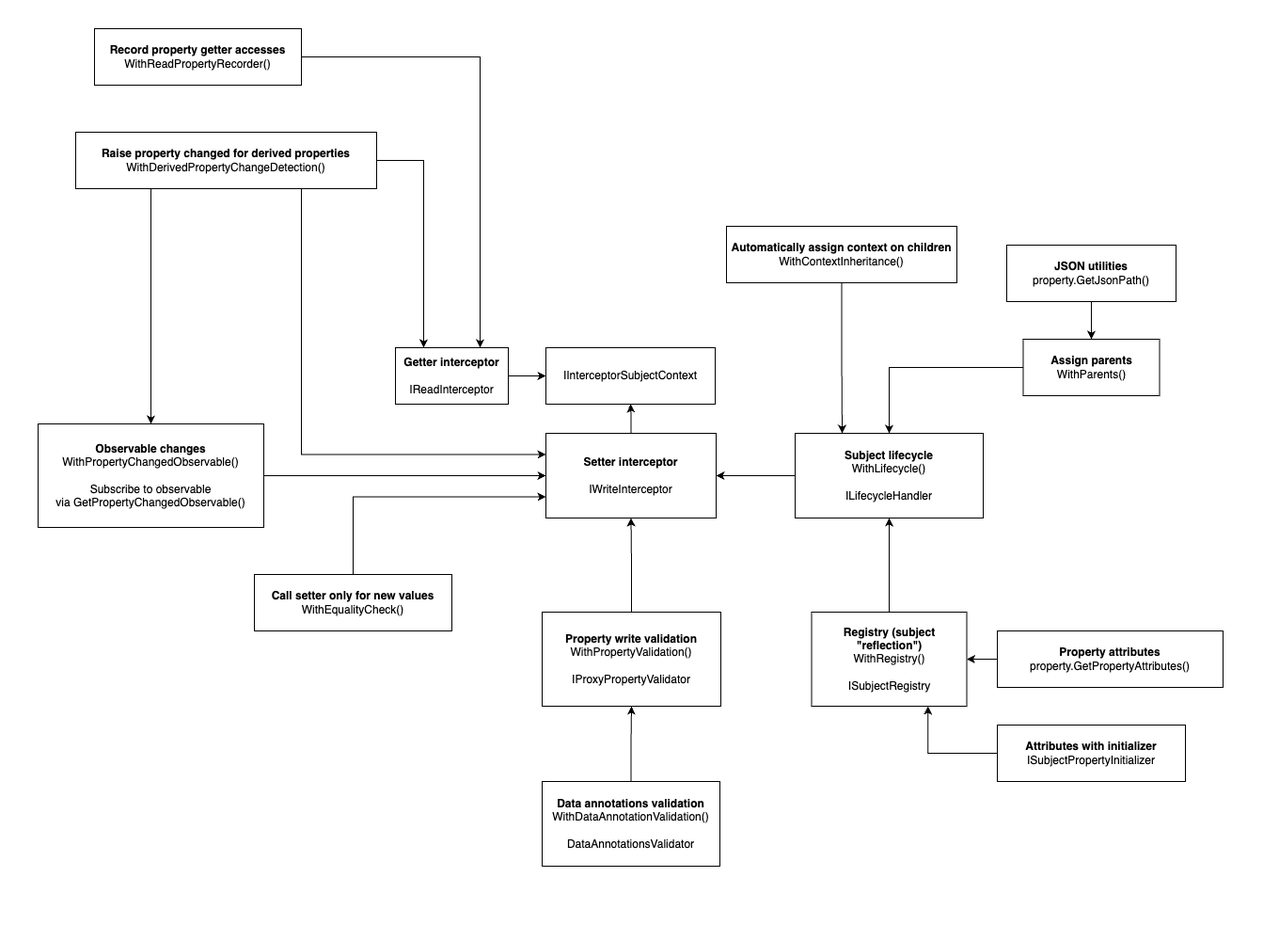
Before: features.png, a diagram exported from draw.io (RicoSuter/Namotion.Interceptor). Source tidied: cells renumbered, new cells last; positions are measured from the earlier drawing's top-left corner, leaving out a move shared by most shapes.
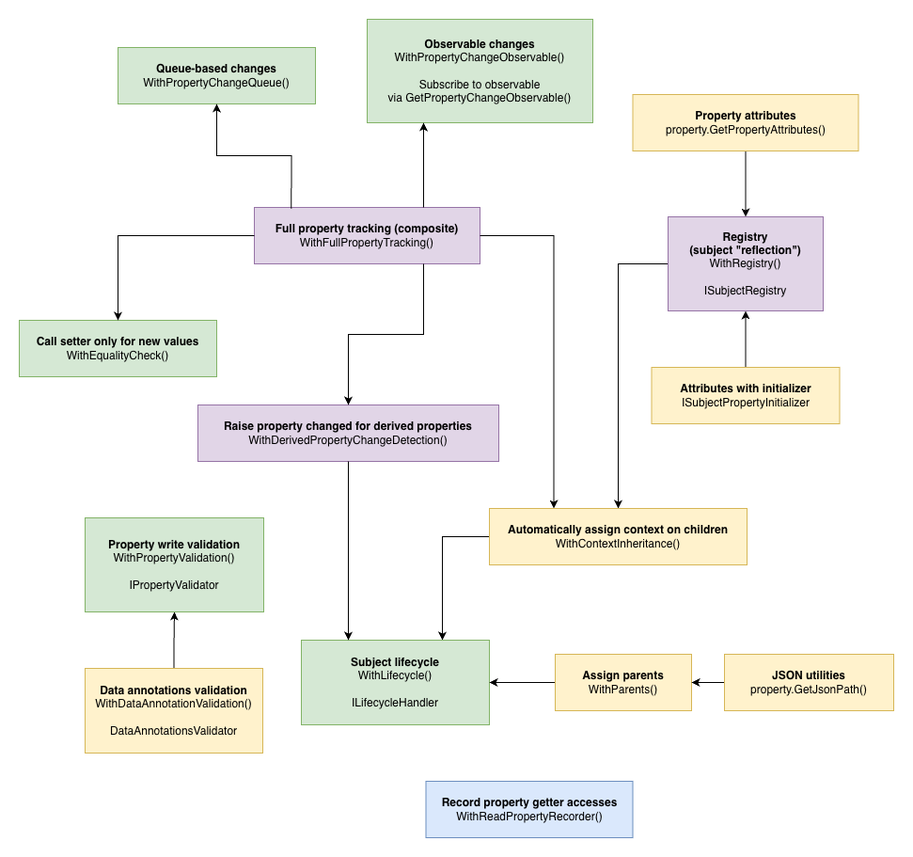
After the change.

Diff of the diagram source:
```diff
@@ -2,115 +2,99 @@
   <root>
     <mxCell id="0" />
     <mxCell id="1" parent="0" />
-    <mxCell id="2" style="edgeStyle=orthogonalEdgeStyle;rounded=0;jettySize=auto;html=1;entryX=0.5;entryY=1;entryDx=0;entryDy=0;" parent="1" edge="1" source="3" target="4">
-      <mxGeometry relative="1" as="geometry" />
-    </mxCell>
-    <mxCell id="3" value="&lt;div&gt;&lt;b&gt;Setter interceptor&lt;/b&gt;&lt;/div&gt;&lt;div&gt;&lt;br&gt;&lt;/div&gt;IWriteInterceptor" style="rounded=0;whiteSpace=wrap;html=1;" parent="1" vertex="1">
-      <mxGeometry x="580" y="460" width="181" height="90" as="geometry" />
-    </mxCell>
-    <mxCell id="4" value="IInterceptorSubjectContext" style="rounded=0;whiteSpace=wrap;html=1;" parent="1" vertex="1">
-      <mxGeometry x="580" y="369" width="180" height="60" as="geometry" />
-    </mxCell>
+    <mxCell id="7" style="edgeStyle=orthogonalEdgeStyle;rounded=0;jettySize=auto;html=1;entryX=0.5;entryY=1;entryDx=0;entryDy=0;" parent="1" edge="1" source="8" target="5">
+      <mxGeometry relative="1" as="geometry" />
+    </mxCell>
-    <mxCell id="5" value="&lt;div&gt;&lt;b&gt;Property write validation&lt;/b&gt;&lt;/div&gt;&lt;div&gt;WithPropertyValidation()&lt;/div&gt;&lt;div&gt;&lt;br&gt;&lt;/div&gt;IProxyPropertyValidator" style="rounded=0;whiteSpace=wrap;html=1;" parent="1" vertex="1">
-      <mxGeometry x="576" y="650" width="190" height="100" as="geometry" />
+    <mxCell id="5" value="&lt;div&gt;&lt;b&gt;Property write validation&lt;/b&gt;&lt;/div&gt;&lt;div&gt;WithPropertyValidation()&lt;/div&gt;&lt;div&gt;&lt;br&gt;&lt;/div&gt;IPropertyValidator" style="rounded=0;whiteSpace=wrap;html=1;fillColor=#d5e8d4;strokeColor=#82b366;" parent="1" vertex="1">
+      <mxGeometry x="340" y="240" width="190" height="100" as="geometry" />
     </mxCell>
-    <mxCell id="6" style="edgeStyle=orthogonalEdgeStyle;rounded=0;jettySize=auto;html=1;entryX=0.5;entryY=1;entryDx=0;entryDy=0;" parent="1" edge="1" source="5" target="3">
-      <mxGeometry relative="1" as="geometry" />
-    </mxCell>
-    <mxCell id="7" style="edgeStyle=orthogonalEdgeStyle;rounded=0;jettySize=auto;html=1;entryX=0.5;entryY=1;entryDx=0;entryDy=0;" parent="1" edge="1" source="8" target="5">
-      <mxGeometry relative="1" as="geometry" />
-    </mxCell>
-    <mxCell id="8" value="&lt;div&gt;&lt;b&gt;&lt;span style=&quot;background-color: initial;&quot;&gt;Data annotations validation&lt;/span&gt;&lt;/b&gt;&lt;/div&gt;&lt;div&gt;&lt;span style=&quot;background-color: initial;&quot;&gt;WithDataAnnotationValidation()&lt;/span&gt;&lt;br&gt;&lt;/div&gt;&lt;div&gt;&lt;br&gt;&lt;/div&gt;DataAnnotationsValidator" style="rounded=0;whiteSpace=wrap;html=1;" parent="1" vertex="1">
-      <mxGeometry x="576" y="830" width="189" height="90" as="geometry" />
+    <mxCell id="8" value="&lt;div&gt;&lt;b&gt;&lt;span style=&quot;background-color: initial;&quot;&gt;Data annotations validation&lt;/span&gt;&lt;/b&gt;&lt;/div&gt;&lt;div&gt;&lt;span style=&quot;background-color: initial;&quot;&gt;WithDataAnnotationValidation()&lt;/span&gt;&lt;br&gt;&lt;/div&gt;&lt;div&gt;&lt;br&gt;&lt;/div&gt;DataAnnotationsValidator" style="rounded=0;whiteSpace=wrap;html=1;fillColor=#fff2cc;strokeColor=#d6b656;" parent="1" vertex="1">
+      <mxGeometry x="340" y="400" width="189" height="90" as="geometry" />
     </mxCell>
-    <mxCell id="9" style="edgeStyle=orthogonalEdgeStyle;rounded=0;jettySize=auto;html=1;entryX=0.5;entryY=1;entryDx=0;entryDy=0;" parent="1" edge="1" source="10" target="12">
+    <mxCell id="9" style="edgeStyle=orthogonalEdgeStyle;rounded=0;jettySize=auto;html=1;entryX=0.5;entryY=0;entryDx=0;entryDy=0;exitX=0;exitY=0.5;exitDx=0;exitDy=0;" parent="1" edge="1" source="10" target="14">
       <mxGeometry relative="1" as="geometry" />
     </mxCell>
-    <mxCell id="10" value="&lt;b&gt;Registry (subject &quot;reflection&quot;)&lt;/b&gt;&lt;div&gt;WithRegistry()&lt;/div&gt;&lt;div&gt;&lt;br&gt;&lt;div&gt;ISubjectRegistry&lt;br&gt;&lt;/div&gt;&lt;/div&gt;" style="rounded=0;whiteSpace=wrap;html=1;" parent="1" vertex="1">
-      <mxGeometry x="862.5" y="650" width="165" height="100" as="geometry" />
+    <mxCell id="10" value="&lt;b&gt;Registry &lt;br&gt;(subject &quot;reflection&quot;)&lt;/b&gt;&lt;div&gt;WithRegistry()&lt;/div&gt;&lt;div&gt;&lt;br&gt;&lt;div&gt;ISubjectRegistry&lt;br&gt;&lt;/div&gt;&lt;/div&gt;" style="rounded=0;whiteSpace=wrap;html=1;fillColor=#e1d5e7;strokeColor=#9673a6;" parent="1" vertex="1">
+      <mxGeometry x="960" y="-80" width="165" height="100" as="geometry" />
     </mxCell>
-    <mxCell id="11" style="edgeStyle=orthogonalEdgeStyle;rounded=0;jettySize=auto;html=1;entryX=1;entryY=0.5;entryDx=0;entryDy=0;" parent="1" edge="1" source="12" target="3">
-      <mxGeometry relative="1" as="geometry" />
-    </mxCell>
+    <mxCell id="13" style="edgeStyle=orthogonalEdgeStyle;rounded=0;jettySize=auto;html=1;entryX=0.75;entryY=0;entryDx=0;entryDy=0;exitX=0;exitY=0.5;exitDx=0;exitDy=0;" parent="1" edge="1" source="14" target="12">
+      <mxGeometry relative="1" as="geometry">
+        <Array as="points">
+          <mxPoint x="720" y="260" />
+        </Array>
+      </mxGeometry>
+    </mxCell>
-    <mxCell id="12" value="&lt;div&gt;&lt;b&gt;Subject lifecycle&lt;/b&gt;&lt;/div&gt;&lt;div&gt;WithLifecycle()&lt;br&gt;&lt;/div&gt;&lt;div&gt;&lt;br&gt;&lt;/div&gt;ILifecycleHandler" style="rounded=0;whiteSpace=wrap;html=1;" parent="1" vertex="1">
-      <mxGeometry x="845" y="460" width="200" height="90" as="geometry" />
+    <mxCell id="12" value="&lt;div&gt;&lt;b&gt;Subject lifecycle&lt;/b&gt;&lt;/div&gt;&lt;div&gt;WithLifecycle()&lt;br&gt;&lt;/div&gt;&lt;div&gt;&lt;br&gt;&lt;/div&gt;ILifecycleHandler" style="rounded=0;whiteSpace=wrap;html=1;fillColor=#d5e8d4;strokeColor=#82b366;" parent="1" vertex="1">
+      <mxGeometry x="570" y="370" width="200" height="90" as="geometry" />
     </mxCell>
-    <mxCell id="13" style="edgeStyle=orthogonalEdgeStyle;rounded=0;jettySize=auto;html=1;entryX=0.25;entryY=0;entryDx=0;entryDy=0;" parent="1" edge="1" source="14" target="12">
-      <mxGeometry relative="1" as="geometry" />
-    </mxCell>
-    <mxCell id="14" value="&lt;div&gt;&lt;b&gt;Automatically assign context on children&lt;/b&gt;&lt;/div&gt;WithContextInheritance()" style="rounded=0;whiteSpace=wrap;html=1;" parent="1" vertex="1">
-      <mxGeometry x="772" y="240" width="245" height="60" as="geometry" />
+    <mxCell id="14" value="&lt;div&gt;&lt;b&gt;Automatically assign context on children&lt;/b&gt;&lt;/div&gt;WithContextInheritance()" style="rounded=0;whiteSpace=wrap;html=1;fillColor=#fff2cc;strokeColor=#d6b656;" parent="1" vertex="1">
+      <mxGeometry x="770" y="230" width="274" height="60" as="geometry" />
     </mxCell>
-    <mxCell id="15" style="edgeStyle=orthogonalEdgeStyle;rounded=0;jettySize=auto;html=1;entryX=0.5;entryY=0;entryDx=0;entryDy=0;" parent="1" edge="1" source="16" target="12">
+    <mxCell id="15" style="edgeStyle=orthogonalEdgeStyle;rounded=0;jettySize=auto;html=1;entryX=1;entryY=0.5;entryDx=0;entryDy=0;" parent="1" edge="1" source="16" target="12">
       <mxGeometry relative="1" as="geometry" />
     </mxCell>
-    <mxCell id="16" value="&lt;div&gt;&lt;b&gt;Assign parents&lt;/b&gt;&lt;/div&gt;WithParents()" style="rounded=0;whiteSpace=wrap;html=1;" parent="1" vertex="1">
-      <mxGeometry x="1087.5" y="360" width="145" height="60" as="geometry" />
+    <mxCell id="16" value="&lt;div&gt;&lt;b&gt;Assign parents&lt;/b&gt;&lt;/div&gt;WithParents()" style="rounded=0;whiteSpace=wrap;html=1;fillColor=#fff2cc;strokeColor=#d6b656;" parent="1" vertex="1">
+      <mxGeometry x="840" y="385" width="145" height="60" as="geometry" />
     </mxCell>
-    <mxCell id="17" style="edgeStyle=orthogonalEdgeStyle;rounded=0;jettySize=auto;html=1;entryX=0;entryY=0.5;entryDx=0;entryDy=0;exitX=1;exitY=0.5;exitDx=0;exitDy=0;" parent="1" edge="1" source="18" target="3">
-      <mxGeometry relative="1" as="geometry" />
-    </mxCell>
-    <mxCell id="18" value="&lt;div&gt;&lt;span style=&quot;background-color: initial;&quot;&gt;&lt;b&gt;Observable changes&lt;/b&gt;&lt;/span&gt;&lt;/div&gt;&lt;div&gt;&lt;span style=&quot;background-color: transparent;&quot;&gt;WithPropertyChangedObservable&lt;/span&gt;&lt;span style=&quot;background-color: initial;&quot;&gt;()&lt;/span&gt;&lt;br&gt;&lt;/div&gt;&lt;div&gt;&lt;br&gt;&lt;/div&gt;&lt;div&gt;Subscribe to observable via&amp;nbsp;GetPropertyChangedObservable()&lt;/div&gt;" style="rounded=0;whiteSpace=wrap;html=1;" parent="1" vertex="1">
-      <mxGeometry x="40" y="450" width="240" height="110" as="geometry" />
+    <mxCell id="18" value="&lt;div&gt;&lt;span style=&quot;background-color: initial;&quot;&gt;&lt;b&gt;Observable changes&lt;/b&gt;&lt;/span&gt;&lt;/div&gt;&lt;div&gt;&lt;span style=&quot;background-color: transparent;&quot;&gt;WithPropertyChangeObservable&lt;/span&gt;&lt;span style=&quot;background-color: initial;&quot;&gt;()&lt;/span&gt;&lt;br&gt;&lt;/div&gt;&lt;div&gt;&lt;br&gt;&lt;/div&gt;&lt;div&gt;Subscribe to observable via&amp;nbsp;GetPropertyChangeObservable()&lt;/div&gt;" style="rounded=0;whiteSpace=wrap;html=1;fillColor=#d5e8d4;strokeColor=#82b366;" parent="1" vertex="1">
+      <mxGeometry x="640" y="-290" width="240" height="110" as="geometry" />
     </mxCell>
-    <mxCell id="19" style="edgeStyle=orthogonalEdgeStyle;rounded=0;jettySize=auto;html=1;entryX=0.75;entryY=0;entryDx=0;entryDy=0;" parent="1" edge="1" source="20" target="22">
-      <mxGeometry relative="1" as="geometry" />
-    </mxCell>
-    <mxCell id="20" value="&lt;div&gt;&lt;b&gt;Record property getter accesses&lt;/b&gt;&lt;/div&gt;WithReadPropertyRecorder()" style="rounded=0;whiteSpace=wrap;html=1;" parent="1" vertex="1">
-      <mxGeometry x="100" y="30" width="220" height="60" as="geometry" />
+    <mxCell id="20" value="&lt;div&gt;&lt;b&gt;Record property getter accesses&lt;/b&gt;&lt;/div&gt;WithReadPropertyRecorder()" style="rounded=0;whiteSpace=wrap;html=1;fillColor=#dae8fc;strokeColor=#6c8ebf;" parent="1" vertex="1">
+      <mxGeometry x="702.5" y="520" width="220" height="60" as="geometry" />
     </mxCell>
-    <mxCell id="21" style="edgeStyle=orthogonalEdgeStyle;rounded=0;jettySize=auto;html=1;entryX=0;entryY=0.5;entryDx=0;entryDy=0;" parent="1" edge="1" source="22" target="4">
-      <mxGeometry relative="1" as="geometry" />
-    </mxCell>
-    <mxCell id="22" value="&lt;b&gt;Getter interceptor&lt;/b&gt;&lt;div&gt;&lt;br&gt;&lt;/div&gt;&lt;div&gt;IReadInterceptor&lt;br&gt;&lt;/div&gt;" style="rounded=0;whiteSpace=wrap;html=1;" parent="1" vertex="1">
-      <mxGeometry x="420" y="369" width="120" height="60" as="geometry" />
-    </mxCell>
-    <mxCell id="23" style="edgeStyle=orthogonalEdgeStyle;rounded=0;jettySize=auto;html=1;entryX=0.25;entryY=0;entryDx=0;entryDy=0;" parent="1" edge="1" source="26" target="22">
-      <mxGeometry relative="1" as="geometry" />
-    </mxCell>
-    <mxCell id="24" style="edgeStyle=orthogonalEdgeStyle;rounded=0;jettySize=auto;html=1;entryX=0.5;entryY=0;entryDx=0;entryDy=0;exitX=0.25;exitY=1;exitDx=0;exitDy=0;" parent="1" edge="1" source="26" target="18">
-      <mxGeometry relative="1" as="geometry" />
-    </mxCell>
-    <mxCell id="25" style="edgeStyle=orthogonalEdgeStyle;rounded=0;jettySize=auto;html=1;entryX=0;entryY=0.25;entryDx=0;entryDy=0;exitX=0.75;exitY=1;exitDx=0;exitDy=0;" parent="1" edge="1" source="26" target="3">
-      <mxGeometry relative="1" as="geometry" />
-    </mxCell>
-    <mxCell id="26" value="&lt;div&gt;&lt;b&gt;Raise property changed for derived properties&lt;/b&gt;&lt;/div&gt;WithDerivedPropertyChangeDetection()" style="rounded=0;whiteSpace=wrap;html=1;" parent="1" vertex="1">
-      <mxGeometry x="80" y="140" width="320" height="60" as="geometry" />
+    <mxCell id="26" value="&lt;div&gt;&lt;b&gt;Raise property changed for derived properties&lt;/b&gt;&lt;/div&gt;WithDerivedPropertyChangeDetection()" style="rounded=0;whiteSpace=wrap;html=1;fillColor=#e1d5e7;strokeColor=#9673a6;" parent="1" vertex="1">
+      <mxGeometry x="460" y="120" width="320" height="60" as="geometry" />
     </mxCell>
-    <mxCell id="27" style="edgeStyle=orthogonalEdgeStyle;rounded=0;jettySize=auto;html=1;entryX=0;entryY=0.75;entryDx=0;entryDy=0;exitX=0.5;exitY=0;exitDx=0;exitDy=0;" parent="1" edge="1" source="28" target="3">
-      <mxGeometry relative="1" as="geometry" />
-    </mxCell>
+    <mxCell id="37" style="edgeStyle=orthogonalEdgeStyle;rounded=0;jettySize=auto;html=1;entryX=0.25;entryY=0;entryDx=0;entryDy=0;" parent="1" edge="1" source="26" target="12">
+      <mxGeometry relative="1" as="geometry" />
+    </mxCell>
-    <mxCell id="28" value="&lt;div&gt;&lt;b&gt;Call setter only for new values&lt;/b&gt;&lt;/div&gt;WithEqualityCheck()" style="rounded=0;whiteSpace=wrap;html=1;" parent="1" vertex="1">
-      <mxGeometry x="270" y="610" width="210" height="60" as="geometry" />
+    <mxCell id="28" value="&lt;div&gt;&lt;b&gt;Call setter only for new values&lt;/b&gt;&lt;/div&gt;WithEqualityCheck()" style="rounded=0;whiteSpace=wrap;html=1;fillColor=#d5e8d4;strokeColor=#82b366;" parent="1" vertex="1">
+      <mxGeometry x="270" y="30" width="210" height="60" as="geometry" />
     </mxCell>
-    <mxCell id="29" style="edgeStyle=orthogonalEdgeStyle;rounded=0;jettySize=auto;html=1;entryX=0.5;entryY=0;entryDx=0;entryDy=0;" parent="1" edge="1" source="30" target="16">
+    <mxCell id="29" style="edgeStyle=orthogonalEdgeStyle;rounded=0;jettySize=auto;html=1;entryX=1;entryY=0.5;entryDx=0;entryDy=0;" parent="1" edge="1" source="30" target="16">
       <mxGeometry relative="1" as="geometry" />
     </mxCell>
-    <mxCell id="30" value="&lt;b&gt;JSON utilities&lt;/b&gt;&lt;br&gt;property.GetJsonPath()" style="rounded=0;whiteSpace=wrap;html=1;" parent="1" vertex="1">
-      <mxGeometry x="1070" y="260" width="180" height="60" as="geometry" />
+    <mxCell id="30" value="&lt;b&gt;JSON utilities&lt;/b&gt;&lt;br&gt;property.GetJsonPath()" style="rounded=0;whiteSpace=wrap;html=1;fillColor=#fff2cc;strokeColor=#d6b656;" parent="1" vertex="1">
+      <mxGeometry x="1020" y="385" width="180" height="60" as="geometry" />
     </mxCell>
-    <mxCell id="31" style="edgeStyle=orthogonalEdgeStyle;rounded=0;jettySize=auto;html=1;entryX=1;entryY=0.5;entryDx=0;entryDy=0;exitX=0;exitY=0.5;exitDx=0;exitDy=0;" parent="1" edge="1" source="32" target="10">
+    <mxCell id="31" style="edgeStyle=orthogonalEdgeStyle;rounded=0;jettySize=auto;html=1;entryX=0.5;entryY=0;entryDx=0;entryDy=0;exitX=0.5;exitY=1;exitDx=0;exitDy=0;" parent="1" edge="1" source="32" target="10">
       <mxGeometry relative="1" as="geometry">
         <Array as="points">
-          <mxPoint x="1100" y="700" />
-          <mxPoint x="1100" y="700" />
+          <mxPoint x="1040" y="-180" />
+          <mxPoint x="1040" y="-160" />
+          <mxPoint x="1043" y="-160" />
         </Array>
       </mxGeometry>
     </mxCell>
-    <mxCell id="32" value="&lt;b&gt;Property attributes&lt;/b&gt;&lt;div&gt;property.GetPropertyAttributes()&lt;/div&gt;" style="rounded=0;whiteSpace=wrap;html=1;" parent="1" vertex="1">
-      <mxGeometry x="1060" y="670" width="240" height="60" as="geometry" />
+    <mxCell id="32" value="&lt;b&gt;Property attributes&lt;/b&gt;&lt;div&gt;property.GetPropertyAttributes()&lt;/div&gt;" style="rounded=0;whiteSpace=wrap;html=1;fillColor=#fff2cc;strokeColor=#d6b656;" parent="1" vertex="1">
+      <mxGeometry x="922.5" y="-210" width="240" height="60" as="geometry" />
     </mxCell>
-    <mxCell id="33" style="edgeStyle=orthogonalEdgeStyle;rounded=0;jettySize=auto;html=1;entryX=0.75;entryY=1;entryDx=0;entryDy=0;" parent="1" edge="1" source="34" target="10">
+    <mxCell id="33" style="edgeStyle=orthogonalEdgeStyle;rounded=0;jettySize=auto;html=1;entryX=0.5;entryY=1;entryDx=0;entryDy=0;" parent="1" edge="1" source="34" target="10">
       <mxGeometry relative="1" as="geometry" />
     </mxCell>
-    <mxCell id="34" value="&lt;div&gt;&lt;b&gt;Attributes with initializer&lt;/b&gt;&lt;/div&gt;ISubjectPropertyInitializer" style="rounded=0;whiteSpace=wrap;html=1;" parent="1" vertex="1">
-      <mxGeometry x="1060" y="770" width="200" height="60" as="geometry" />
+    <mxCell id="34" value="&lt;div&gt;&lt;b&gt;Attributes with initializer&lt;/b&gt;&lt;/div&gt;ISubjectPropertyInitializer" style="rounded=0;whiteSpace=wrap;html=1;fillColor=#fff2cc;strokeColor=#d6b656;" parent="1" vertex="1">
+      <mxGeometry x="942.5" y="80" width="200" height="60" as="geometry" />
     </mxCell>
-    <mxCell id="35" style="rounded=0;whiteSpace=wrap;html=1;strokeColor=none;" parent="1" vertex="1">
-      <mxGeometry width="40" height="40" as="geometry" />
-    </mxCell>
-    <mxCell id="36" style="rounded=0;whiteSpace=wrap;html=1;strokeColor=none;" parent="1" vertex="1">
-      <mxGeometry x="1320" y="960" width="40" height="40" as="geometry" />
-    </mxCell>
+    <mxCell id="38" value="&lt;div&gt;&lt;b&gt;Full property tracking (composite)&lt;/b&gt;&lt;/div&gt;WithFullPropertyTracking()" style="rounded=0;whiteSpace=wrap;html=1;fillColor=#e1d5e7;strokeColor=#9673a6;" parent="1" vertex="1">
+      <mxGeometry x="520" y="-90" width="240" height="60" as="geometry" />
+    </mxCell>
+    <mxCell id="39" style="edgeStyle=orthogonalEdgeStyle;rounded=0;jettySize=auto;html=1;entryX=0.5;entryY=0;entryDx=0;entryDy=0;exitX=0;exitY=0.5;exitDx=0;exitDy=0;" parent="1" edge="1" source="38" target="28">
+      <mxGeometry relative="1" as="geometry" />
+    </mxCell>
+    <mxCell id="40" style="edgeStyle=orthogonalEdgeStyle;rounded=0;jettySize=auto;html=1;entryX=0.5;entryY=0;entryDx=0;entryDy=0;exitX=0.75;exitY=1;exitDx=0;exitDy=0;" parent="1" edge="1" source="38" target="26">
+      <mxGeometry relative="1" as="geometry" />
+    </mxCell>
+    <mxCell id="41" style="edgeStyle=orthogonalEdgeStyle;rounded=0;jettySize=auto;html=1;entryX=0.25;entryY=1;entryDx=0;entryDy=0;exitX=0.75;exitY=0;exitDx=0;exitDy=0;" parent="1" edge="1" source="38" target="18">
+      <mxGeometry relative="1" as="geometry" />
+    </mxCell>
+    <mxCell id="42" style="edgeStyle=orthogonalEdgeStyle;rounded=0;jettySize=auto;html=1;entryX=0.25;entryY=0;entryDx=0;entryDy=0;" parent="1" edge="1" source="38" target="14">
+      <mxGeometry relative="1" as="geometry" />
+    </mxCell>
+    <mxCell id="43" value="&lt;div&gt;&lt;b&gt;Queue-based changes&lt;/b&gt;&lt;/div&gt;WithPropertyChangeQueue()" style="rounded=0;whiteSpace=wrap;html=1;fillColor=#d5e8d4;strokeColor=#82b366;" parent="1" vertex="1">
+      <mxGeometry x="375" y="-260" width="210" height="60" as="geometry" />
+    </mxCell>
+    <mxCell id="44" style="edgeStyle=orthogonalEdgeStyle;rounded=0;jettySize=auto;html=1;entryX=0.5;entryY=1;entryDx=0;entryDy=0;exitX=0.164;exitY=0.02;exitDx=0;exitDy=0;exitPerimeter=0;" parent="1" edge="1" source="38" target="43">
+      <mxGeometry relative="1" as="geometry" />
+    </mxCell>
   </root>
 </mxGraphModel>
```
